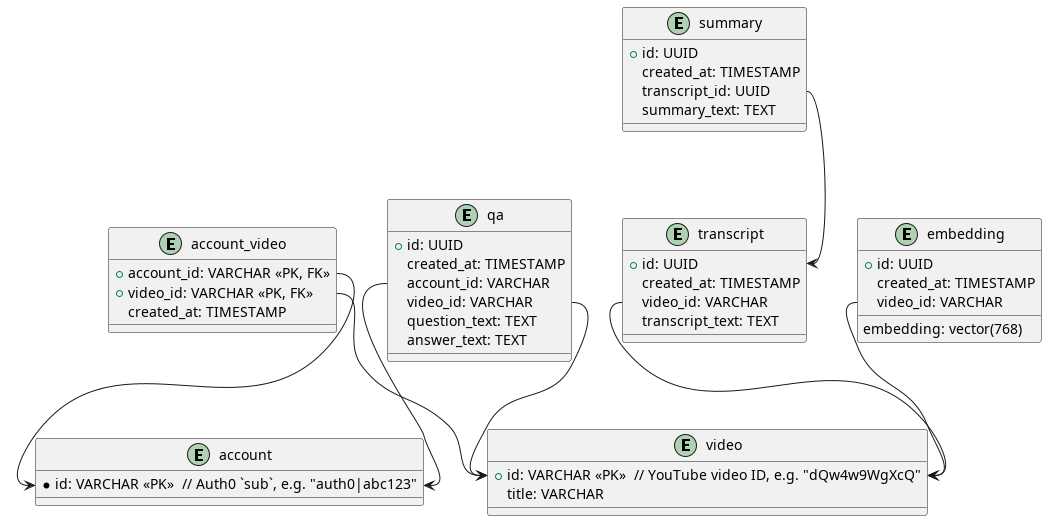
Before: docs/db_schema.png, a diagram exported from PlantUML (vm1828/yt-assistant).
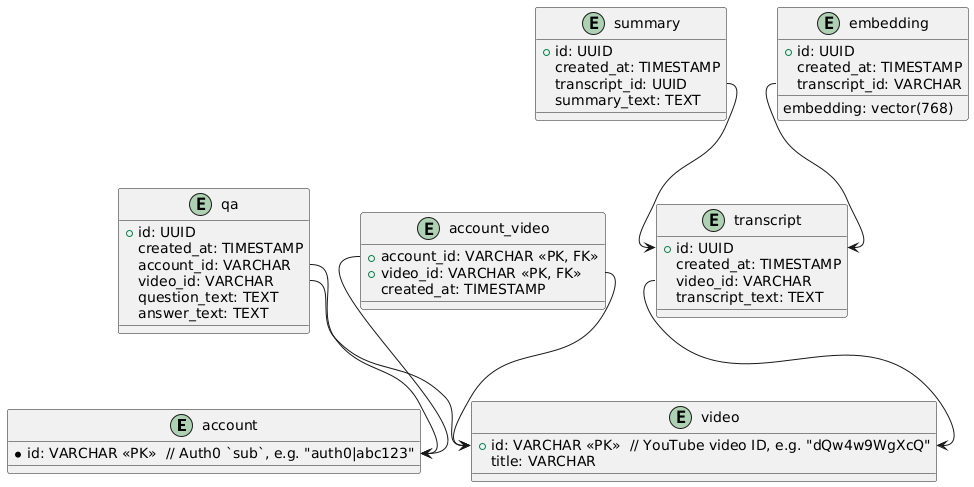
Later version of the same file.

Change to the diagram source:
```diff
@@ -1,5 +1,4 @@
 @startuml
-
 entity "account" {
   *id: VARCHAR <<PK>>  // Auth0 `sub`, e.g. "auth0|abc123"
 }
@@ -41,7 +40,7 @@
 entity "embedding" {
   +id: UUID
   created_at: TIMESTAMP
-  video_id: VARCHAR
+  transcript_id: VARCHAR
   embedding: vector(768)
 }
 
@@ -55,6 +54,5 @@
 qa::video_id --> video::id
 qa::account_id --> account::id
 
-embedding::video_id --> video::id
-
+embedding::transcript_id --> transcript::id
 @enduml
```
